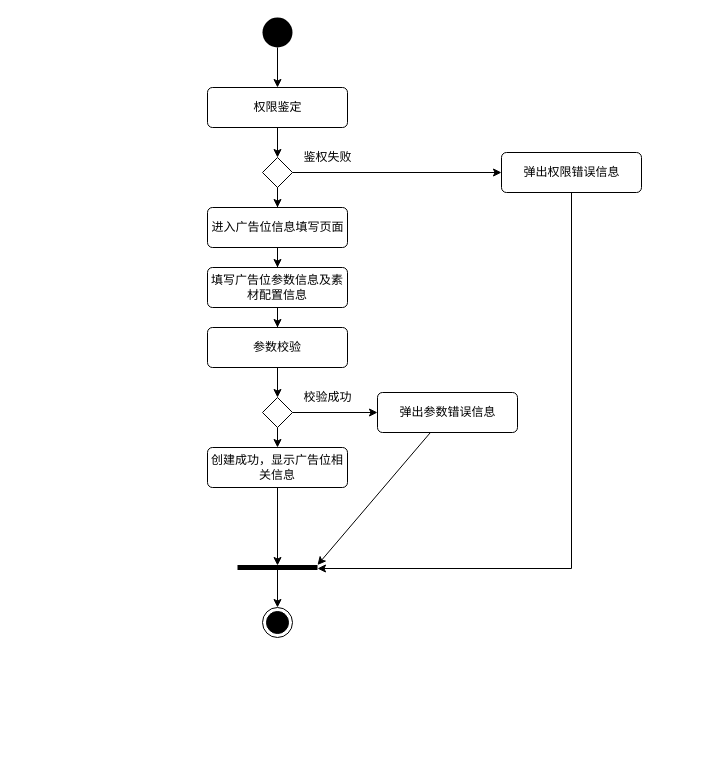
This is 4-3.drawio from Hope-of-countryside/learnGit, a draw.io file, before an edit. Source tidied: cells renumbered, new cells numbered last; positions are measured from the earlier drawing's top-left corner, leaving out a move shared by most shapes. Both pictures are drawn from the tidied source at 100%, with x=0, y=0 at pixel (207, 17).
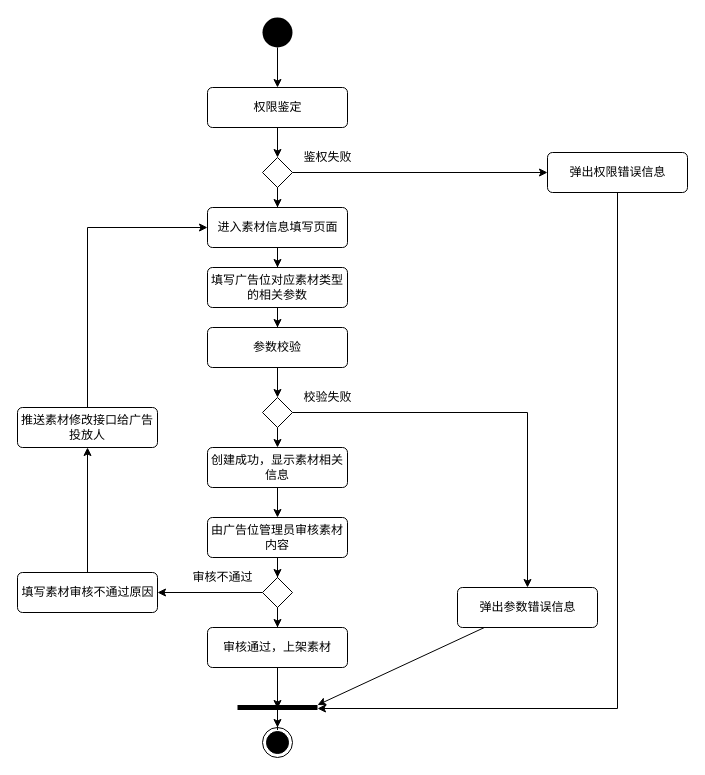
The same diagram, later.

What changed in the source:
```diff
@@
     <mxCell id="7" style="html=1;points=[];perimeter=orthogonalPerimeter;fillColor=#000000;strokeColor=none;shadow=0;verticalAlign=middle;rotation=90;" parent="1" vertex="1">
-      <mxGeometry x="67.5" y="510" width="5" height="80" as="geometry" />
+      <mxGeometry x="67.5" y="650" width="5" height="80" as="geometry" />
     </mxCell>
     <mxCell id="8" style="ellipse;html=1;shape=endState;fillColor=#000000;strokeColor=#000000;shadow=0;verticalAlign=middle;" parent="1" vertex="1">
-      <mxGeometry x="55" y="590" width="30" height="30" as="geometry" />
+      <mxGeometry x="55" y="710" width="30" height="30" as="geometry" />
     </mxCell>
@@
     <mxCell id="12" style="edgeStyle=orthogonalEdgeStyle;rounded=0;jettySize=auto;html=1;entryX=0.7;entryY=0;entryDx=0;entryDy=0;entryPerimeter=0;" parent="1" edge="1" source="13" target="7">
       <mxGeometry relative="1" as="geometry">
         <Array as="points">
-          <mxPoint x="364" y="551" />
+          <mxPoint x="410" y="691" />
         </Array>
       </mxGeometry>
     </mxCell>
     <mxCell id="13" value="弹出权限错误信息" style="html=1;align=center;verticalAlign=middle;rounded=1;absoluteArcSize=1;arcSize=10;dashed=0;shadow=0;gradientColor=none;" parent="1" vertex="1">
-      <mxGeometry x="294" y="135" width="140" height="40" as="geometry" />
+      <mxGeometry x="340" y="135" width="140" height="40" as="geometry" />
     </mxCell>
@@
-    <mxCell id="16" value="进入广告位信息填写页面" style="html=1;align=center;verticalAlign=middle;rounded=1;absoluteArcSize=1;arcSize=10;dashed=0;shadow=0;" parent="1" vertex="1">
+    <mxCell id="16" value="进入素材信息填写页面" style="html=1;align=center;verticalAlign=middle;rounded=1;absoluteArcSize=1;arcSize=10;dashed=0;shadow=0;" parent="1" vertex="1">
       <mxGeometry y="190" width="140" height="40" as="geometry" />
     </mxCell>
@@
-    <mxCell id="18" value="填写广告位参数信息及素材配置信息" style="html=1;align=center;verticalAlign=middle;rounded=1;absoluteArcSize=1;arcSize=10;dashed=0;shadow=0;whiteSpace=wrap;" parent="1" vertex="1">
+    <mxCell id="18" value="填写广告位对应素材类型的相关参数" style="html=1;align=center;verticalAlign=middle;rounded=1;absoluteArcSize=1;arcSize=10;dashed=0;shadow=0;whiteSpace=wrap;" parent="1" vertex="1">
       <mxGeometry y="250" width="140" height="40" as="geometry" />
     </mxCell>
@@
     <mxCell id="25" value="弹出参数错误信息" style="html=1;align=center;verticalAlign=middle;rounded=1;absoluteArcSize=1;arcSize=10;dashed=0;shadow=0;gradientColor=none;" parent="1" vertex="1">
-      <mxGeometry x="170" y="375" width="140" height="40" as="geometry" />
+      <mxGeometry x="250" y="570" width="140" height="40" as="geometry" />
     </mxCell>
-    <mxCell id="26" style="edgeStyle=none;rounded=0;jettySize=auto;html=1;entryX=0.1;entryY=0.5;entryDx=0;entryDy=0;entryPerimeter=0;" parent="1" edge="1" source="27" target="7">
-      <mxGeometry relative="1" as="geometry" />
-    </mxCell>
+    <mxCell id="29" style="edgeStyle=orthogonalEdgeStyle;rounded=0;jettySize=auto;html=1;entryX=0.5;entryY=0;entryDx=0;entryDy=0;" parent="1" edge="1" source="27" target="31">
+      <mxGeometry relative="1" as="geometry" />
+    </mxCell>
-    <mxCell id="27" value="创建成功，显示广告位相关信息" style="html=1;align=center;verticalAlign=middle;rounded=1;absoluteArcSize=1;arcSize=10;dashed=0;shadow=0;gradientColor=none;whiteSpace=wrap;" parent="1" vertex="1">
+    <mxCell id="27" value="创建成功，显示素材相关信息" style="html=1;align=center;verticalAlign=middle;rounded=1;absoluteArcSize=1;arcSize=10;dashed=0;shadow=0;gradientColor=none;whiteSpace=wrap;" parent="1" vertex="1">
       <mxGeometry y="430" width="140" height="40" as="geometry" />
     </mxCell>
-    <mxCell id="28" value="校验成功" style="text;html=1;align=center;verticalAlign=middle;strokeColor=none;" parent="1" vertex="1">
+    <mxCell id="28" value="校验失败" style="text;html=1;align=center;verticalAlign=middle;strokeColor=none;" parent="1" vertex="1">
       <mxGeometry x="90" y="370" width="60" height="20" as="geometry" />
     </mxCell>
+    <mxCell id="30" style="edgeStyle=orthogonalEdgeStyle;rounded=0;jettySize=auto;html=1;entryX=0.5;entryY=0;entryDx=0;entryDy=0;" parent="1" edge="1" source="31" target="34">
+      <mxGeometry relative="1" as="geometry" />
+    </mxCell>
+    <mxCell id="31" value="由广告位管理员审核素材内容" style="html=1;align=center;verticalAlign=middle;rounded=1;absoluteArcSize=1;arcSize=10;dashed=0;shadow=0;gradientColor=none;whiteSpace=wrap;" parent="1" vertex="1">
+      <mxGeometry y="500" width="140" height="40" as="geometry" />
+    </mxCell>
+    <mxCell id="32" style="edgeStyle=orthogonalEdgeStyle;rounded=0;jettySize=auto;html=1;" parent="1" edge="1" source="34" target="36">
+      <mxGeometry relative="1" as="geometry" />
+    </mxCell>
+    <mxCell id="33" style="edgeStyle=orthogonalEdgeStyle;rounded=0;jettySize=auto;html=1;entryX=1;entryY=0.5;entryDx=0;entryDy=0;" parent="1" edge="1" source="34" target="38">
+      <mxGeometry relative="1" as="geometry" />
+    </mxCell>
+    <mxCell id="34" style="rhombus;shadow=0;gradientColor=none;verticalAlign=middle;" parent="1" vertex="1">
+      <mxGeometry x="55" y="560" width="30" height="30" as="geometry" />
+    </mxCell>
+    <mxCell id="35" style="edgeStyle=orthogonalEdgeStyle;rounded=0;jettySize=auto;html=1;entryX=0.7;entryY=0.5;entryDx=0;entryDy=0;entryPerimeter=0;" parent="1" edge="1" source="36" target="7">
+      <mxGeometry relative="1" as="geometry" />
+    </mxCell>
+    <mxCell id="36" value="审核通过，上架素材" style="html=1;align=center;verticalAlign=middle;rounded=1;absoluteArcSize=1;arcSize=10;dashed=0;shadow=0;gradientColor=none;whiteSpace=wrap;" parent="1" vertex="1">
+      <mxGeometry y="610" width="140" height="40" as="geometry" />
+    </mxCell>
+    <mxCell id="37" style="edgeStyle=orthogonalEdgeStyle;rounded=0;jettySize=auto;html=1;entryX=0.5;entryY=1;entryDx=0;entryDy=0;" parent="1" edge="1" source="38" target="41">
+      <mxGeometry relative="1" as="geometry" />
+    </mxCell>
+    <mxCell id="38" value="填写素材审核不通过原因" style="html=1;align=center;verticalAlign=middle;rounded=1;absoluteArcSize=1;arcSize=10;dashed=0;shadow=0;gradientColor=none;" parent="1" vertex="1">
+      <mxGeometry x="-190" y="555" width="140" height="40" as="geometry" />
+    </mxCell>
+    <mxCell id="39" value="审核不通过" style="text;html=1;align=center;verticalAlign=middle;strokeColor=none;" parent="1" vertex="1">
+      <mxGeometry x="-25" y="550" width="80" height="20" as="geometry" />
+    </mxCell>
+    <mxCell id="40" style="edgeStyle=orthogonalEdgeStyle;rounded=0;jettySize=auto;html=1;entryX=0;entryY=0.5;entryDx=0;entryDy=0;" parent="1" edge="1" source="41" target="16">
+      <mxGeometry relative="1" as="geometry">
+        <Array as="points">
+          <mxPoint x="-120" y="210" />
+        </Array>
+      </mxGeometry>
+    </mxCell>
+    <mxCell id="41" value="推送素材修改接口给广告投放人" style="html=1;align=center;verticalAlign=middle;rounded=1;absoluteArcSize=1;arcSize=10;dashed=0;shadow=0;gradientColor=none;whiteSpace=wrap;" parent="1" vertex="1">
+      <mxGeometry x="-190" y="390" width="140" height="40" as="geometry" />
+    </mxCell>
```
